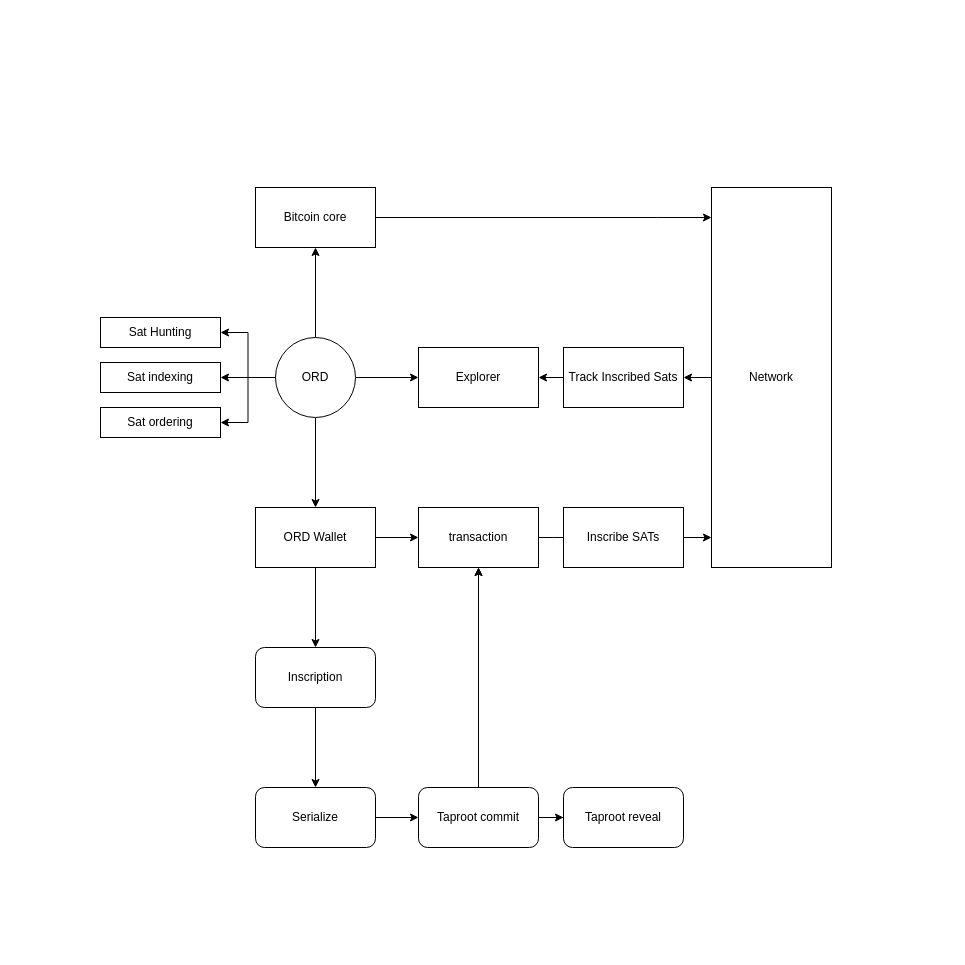
The draw.io diagram ordinals.drawio in ali-05-ahmed/Concept-Diagrams, before the edit. Source tidied: cells renumbered, new cells numbered last; positions are measured from the earlier drawing's top-left corner, leaving out a move shared by most shapes. Both pictures are drawn from the tidied source at 100%, with x=0, y=0 at pixel (100, 187).
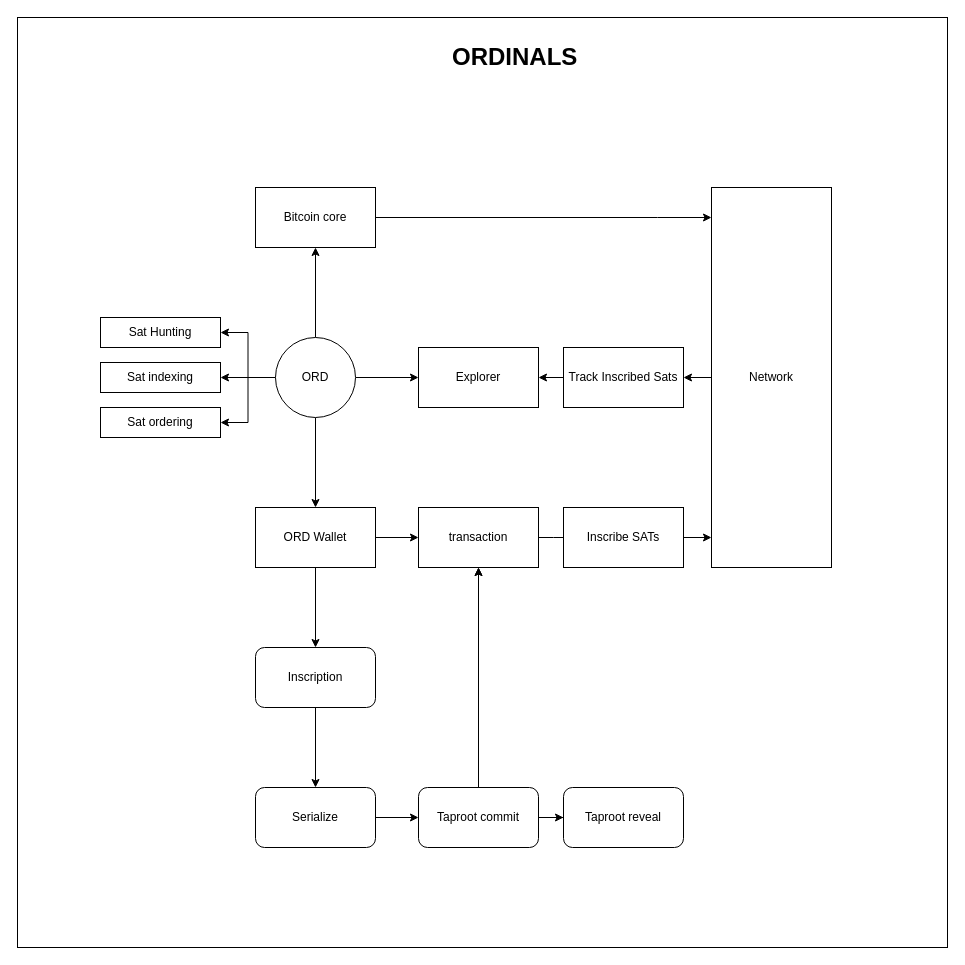
After the change.

Diff of the diagram source:
```diff
@@
+    <mxCell id="35" style="whiteSpace=wrap;html=1;" parent="1" vertex="1">
+      <mxGeometry x="-83" y="-170" width="930" height="930" as="geometry" />
+    </mxCell>
@@
+    <mxCell id="36" value="&lt;h1&gt;ORDINALS&amp;nbsp;&lt;/h1&gt;&lt;p&gt;&lt;br&gt;&lt;/p&gt;" style="text;html=1;strokeColor=none;fillColor=none;spacing=5;spacingTop=-20;whiteSpace=wrap;overflow=hidden;rounded=0;" parent="1" vertex="1">
+      <mxGeometry x="347" y="-150" width="150" height="50" as="geometry" />
+    </mxCell>
```
